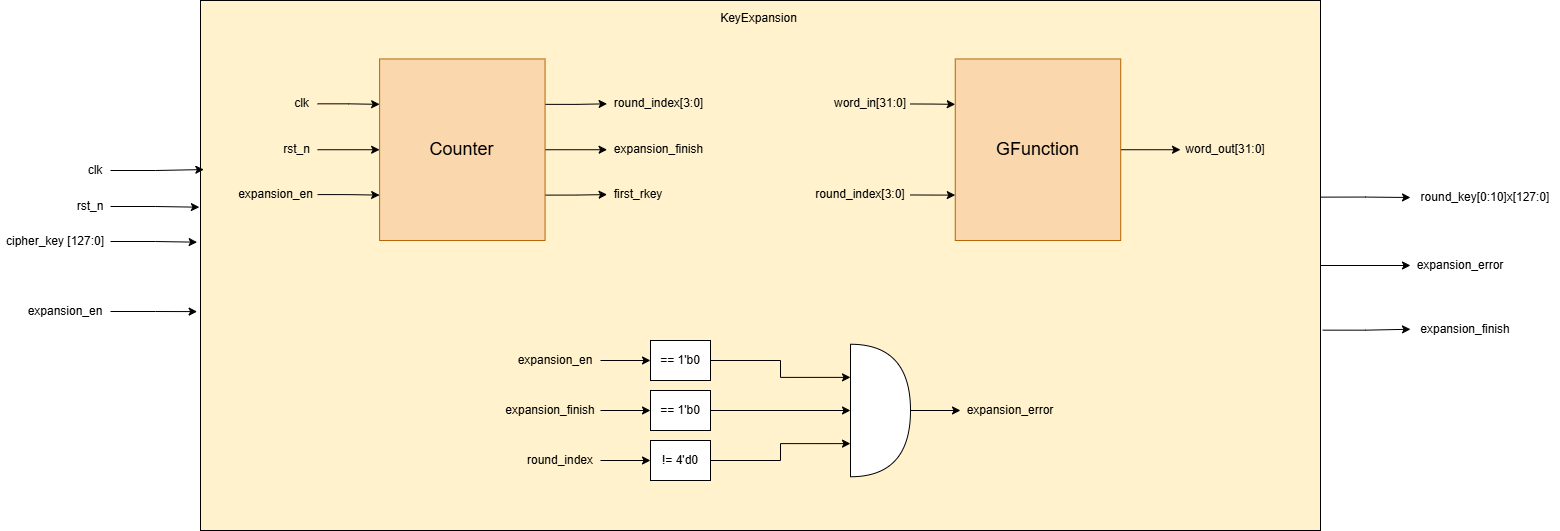
Before: KeyExpansion/media/Module Key Expansion high level.png, a diagram exported from draw.io (LQLManZz/AES128-Verilog). Source tidied: cells renumbered, new cells last; positions are measured from the earlier drawing's top-left corner, leaving out a move shared by most shapes.
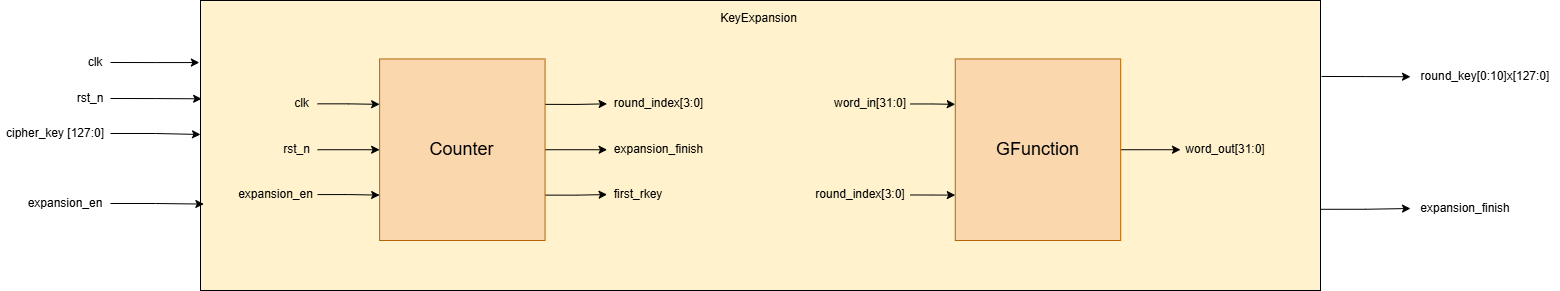
After the commit.

Diff of the diagram source:
```diff
@@ -3,25 +3,25 @@
     <mxCell id="0" />
     <mxCell id="1" parent="0" />
     <mxCell id="2" value="clk" style="text;html=1;whiteSpace=wrap;strokeColor=none;fillColor=none;align=center;verticalAlign=middle;rounded=0;" parent="1" vertex="1">
-      <mxGeometry x="80" y="155" width="30" height="30" as="geometry" />
+      <mxGeometry x="80" y="47" width="30" height="30" as="geometry" />
     </mxCell>
     <mxCell id="3" value="rst_n" style="text;html=1;whiteSpace=wrap;strokeColor=none;fillColor=none;align=center;verticalAlign=middle;rounded=0;" parent="1" vertex="1">
-      <mxGeometry x="70" y="191" width="40" height="30" as="geometry" />
+      <mxGeometry x="70" y="83" width="40" height="30" as="geometry" />
     </mxCell>
     <mxCell id="4" value="expansion_en" style="text;html=1;whiteSpace=wrap;strokeColor=none;fillColor=none;align=center;verticalAlign=middle;rounded=0;" parent="1" vertex="1">
-      <mxGeometry x="20" y="291" width="90" height="40" as="geometry" />
+      <mxGeometry x="20" y="183" width="90" height="40" as="geometry" />
     </mxCell>
     <mxCell id="5" value="cipher_key [127:0]" style="text;html=1;whiteSpace=wrap;strokeColor=none;fillColor=none;align=center;verticalAlign=middle;rounded=0;" parent="1" vertex="1">
-      <mxGeometry y="226" width="110" height="30" as="geometry" />
+      <mxGeometry y="118" width="110" height="30" as="geometry" />
     </mxCell>
     <mxCell id="6" value="round_key[0:10]x[127:0]" style="text;html=1;whiteSpace=wrap;strokeColor=none;fillColor=none;align=center;verticalAlign=middle;rounded=0;" parent="1" vertex="1">
-      <mxGeometry x="1410" y="182" width="150" height="30" as="geometry" />
+      <mxGeometry x="1410" y="61.2" width="150" height="30" as="geometry" />
     </mxCell>
     <mxCell id="7" value="expansion_finish" style="text;html=1;whiteSpace=wrap;strokeColor=none;fillColor=none;align=center;verticalAlign=middle;rounded=0;" parent="1" vertex="1">
-      <mxGeometry x="1410" y="313.8" width="110" height="30" as="geometry" />
+      <mxGeometry x="1410" y="193" width="110" height="30" as="geometry" />
     </mxCell>
     <mxCell id="8" style="rounded=0;whiteSpace=wrap;html=1;fillColor=#fff2cc;strokeColor=#000000;" parent="1" vertex="1">
-      <mxGeometry x="200" width="1120" height="530" as="geometry" />
+      <mxGeometry x="200" width="1120" height="290" as="geometry" />
     </mxCell>
     <mxCell id="9" value="KeyExpansion" style="text;html=1;whiteSpace=wrap;strokeColor=none;fillColor=none;align=center;verticalAlign=middle;rounded=0;" parent="1" vertex="1">
       <mxGeometry x="706.9" width="103.1" height="35.1" as="geometry" />
@@ -92,73 +92,22 @@
     <mxCell id="31" value="word_out[31:0]" style="text;html=1;whiteSpace=wrap;strokeColor=none;fillColor=none;align=center;verticalAlign=middle;rounded=0;" parent="24" vertex="1">
       <mxGeometry x="370" y="75.8" width="90" height="30" as="geometry" />
     </mxCell>
-    <mxCell id="32" style="edgeStyle=orthogonalEdgeStyle;rounded=0;jettySize=auto;html=1;exitX=1;exitY=0.5;exitDx=0;exitDy=0;entryX=0;entryY=0.5;entryDx=0;entryDy=0;" parent="1" edge="1" source="8" target="33">
-      <mxGeometry relative="1" as="geometry" />
-    </mxCell>
-    <mxCell id="33" value="expansion_error" style="text;html=1;whiteSpace=wrap;strokeColor=none;fillColor=none;align=center;verticalAlign=middle;rounded=0;" parent="1" vertex="1">
-      <mxGeometry x="1410" y="250" width="100" height="30" as="geometry" />
-    </mxCell>
-    <mxCell id="34" value="expansion_error" style="text;html=1;whiteSpace=wrap;strokeColor=none;fillColor=none;align=center;verticalAlign=middle;rounded=0;" parent="1" vertex="1">
-      <mxGeometry x="960" y="395" width="100" height="30" as="geometry" />
-    </mxCell>
-    <mxCell id="35" style="edgeStyle=orthogonalEdgeStyle;rounded=0;jettySize=auto;html=1;exitX=1;exitY=0.5;exitDx=0;exitDy=0;exitPerimeter=0;entryX=0;entryY=0.5;entryDx=0;entryDy=0;" parent="1" edge="1" source="36" target="34">
-      <mxGeometry relative="1" as="geometry" />
-    </mxCell>
-    <mxCell id="36" style="shape=or;whiteSpace=wrap;html=1;" parent="1" vertex="1">
-      <mxGeometry x="850" y="343.8" width="60" height="132.5" as="geometry" />
-    </mxCell>
-    <mxCell id="37" style="edgeStyle=orthogonalEdgeStyle;rounded=0;jettySize=auto;html=1;exitX=1;exitY=0.5;exitDx=0;exitDy=0;entryX=0;entryY=0.5;entryDx=0;entryDy=0;" parent="1" edge="1" source="38" target="43">
-      <mxGeometry relative="1" as="geometry" />
-    </mxCell>
-    <mxCell id="38" value="expansion_en" style="text;html=1;whiteSpace=wrap;strokeColor=none;fillColor=none;align=center;verticalAlign=middle;rounded=0;" parent="1" vertex="1">
-      <mxGeometry x="510" y="345" width="90" height="30" as="geometry" />
-    </mxCell>
-    <mxCell id="39" style="edgeStyle=orthogonalEdgeStyle;rounded=0;jettySize=auto;html=1;exitX=1;exitY=0.5;exitDx=0;exitDy=0;entryX=0;entryY=0.5;entryDx=0;entryDy=0;" parent="1" edge="1" source="40" target="44">
-      <mxGeometry relative="1" as="geometry" />
-    </mxCell>
-    <mxCell id="40" value="expansion_finish" style="text;html=1;whiteSpace=wrap;strokeColor=none;fillColor=none;align=center;verticalAlign=middle;rounded=0;" parent="1" vertex="1">
-      <mxGeometry x="500" y="395" width="100" height="30" as="geometry" />
-    </mxCell>
-    <mxCell id="41" style="edgeStyle=orthogonalEdgeStyle;rounded=0;jettySize=auto;html=1;exitX=1;exitY=0.5;exitDx=0;exitDy=0;entryX=0;entryY=0.5;entryDx=0;entryDy=0;" parent="1" edge="1" source="42" target="45">
-      <mxGeometry relative="1" as="geometry" />
-    </mxCell>
-    <mxCell id="42" value="round_index" style="text;html=1;whiteSpace=wrap;strokeColor=none;fillColor=none;align=center;verticalAlign=middle;rounded=0;" parent="1" vertex="1">
-      <mxGeometry x="520" y="445" width="80" height="30" as="geometry" />
-    </mxCell>
-    <mxCell id="43" value="== 1'b0" style="whiteSpace=wrap;html=1;" parent="1" vertex="1">
-      <mxGeometry x="650" y="340" width="60" height="40" as="geometry" />
-    </mxCell>
-    <mxCell id="44" value="== 1'b0" style="whiteSpace=wrap;html=1;" parent="1" vertex="1">
-      <mxGeometry x="650" y="390" width="60" height="40" as="geometry" />
-    </mxCell>
-    <mxCell id="45" value="!= 4'd0" style="whiteSpace=wrap;html=1;" parent="1" vertex="1">
-      <mxGeometry x="650" y="440" width="60" height="40" as="geometry" />
-    </mxCell>
-    <mxCell id="46" style="edgeStyle=orthogonalEdgeStyle;rounded=0;jettySize=auto;html=1;exitX=1;exitY=0.5;exitDx=0;exitDy=0;entryX=0;entryY=0.25;entryDx=0;entryDy=0;entryPerimeter=0;" parent="1" edge="1" source="43" target="36">
-      <mxGeometry relative="1" as="geometry" />
-    </mxCell>
-    <mxCell id="47" style="edgeStyle=orthogonalEdgeStyle;rounded=0;jettySize=auto;html=1;exitX=1;exitY=0.5;exitDx=0;exitDy=0;entryX=0;entryY=0.5;entryDx=0;entryDy=0;entryPerimeter=0;" parent="1" edge="1" source="44" target="36">
-      <mxGeometry relative="1" as="geometry" />
-    </mxCell>
-    <mxCell id="48" style="edgeStyle=orthogonalEdgeStyle;rounded=0;jettySize=auto;html=1;exitX=1;exitY=0.5;exitDx=0;exitDy=0;entryX=0;entryY=0.75;entryDx=0;entryDy=0;entryPerimeter=0;" parent="1" edge="1" source="45" target="36">
-      <mxGeometry relative="1" as="geometry" />
-    </mxCell>
-    <mxCell id="49" style="edgeStyle=orthogonalEdgeStyle;rounded=0;jettySize=auto;html=1;exitX=1;exitY=0.5;exitDx=0;exitDy=0;entryX=0.003;entryY=0.319;entryDx=0;entryDy=0;entryPerimeter=0;" parent="1" edge="1" source="2" target="8">
+    <mxCell id="49" style="edgeStyle=orthogonalEdgeStyle;rounded=0;jettySize=auto;html=1;exitX=1;exitY=0.5;exitDx=0;exitDy=0;entryX=-0.001;entryY=0.214;entryDx=0;entryDy=0;entryPerimeter=0;" parent="1" edge="1" source="2" target="8">
       <mxGeometry relative="1" as="geometry" />
     </mxCell>
-    <mxCell id="50" style="edgeStyle=orthogonalEdgeStyle;rounded=0;jettySize=auto;html=1;exitX=1;exitY=0.5;exitDx=0;exitDy=0;entryX=-0.001;entryY=0.39;entryDx=0;entryDy=0;entryPerimeter=0;" parent="1" edge="1" source="3" target="8">
+    <mxCell id="50" style="edgeStyle=orthogonalEdgeStyle;rounded=0;jettySize=auto;html=1;exitX=1;exitY=0.5;exitDx=0;exitDy=0;entryX=0.001;entryY=0.339;entryDx=0;entryDy=0;entryPerimeter=0;" parent="1" edge="1" source="3" target="8">
       <mxGeometry relative="1" as="geometry" />
     </mxCell>
-    <mxCell id="51" style="edgeStyle=orthogonalEdgeStyle;rounded=0;jettySize=auto;html=1;exitX=1;exitY=0.5;exitDx=0;exitDy=0;entryX=-0.003;entryY=0.456;entryDx=0;entryDy=0;entryPerimeter=0;" parent="1" edge="1" source="5" target="8">
+    <mxCell id="51" style="edgeStyle=orthogonalEdgeStyle;rounded=0;jettySize=auto;html=1;exitX=1;exitY=0.5;exitDx=0;exitDy=0;entryX=0;entryY=0.462;entryDx=0;entryDy=0;entryPerimeter=0;" parent="1" edge="1" source="5" target="8">
       <mxGeometry relative="1" as="geometry" />
     </mxCell>
-    <mxCell id="52" style="edgeStyle=orthogonalEdgeStyle;rounded=0;jettySize=auto;html=1;exitX=1;exitY=0.5;exitDx=0;exitDy=0;entryX=-0.003;entryY=0.587;entryDx=0;entryDy=0;entryPerimeter=0;" parent="1" edge="1" source="4" target="8">
+    <mxCell id="52" style="edgeStyle=orthogonalEdgeStyle;rounded=0;jettySize=auto;html=1;exitX=1;exitY=0.5;exitDx=0;exitDy=0;entryX=0.003;entryY=0.702;entryDx=0;entryDy=0;entryPerimeter=0;" parent="1" edge="1" source="4" target="8">
       <mxGeometry relative="1" as="geometry" />
     </mxCell>
-    <mxCell id="53" style="edgeStyle=orthogonalEdgeStyle;rounded=0;jettySize=auto;html=1;exitX=1;exitY=0.371;exitDx=0;exitDy=0;entryX=0;entryY=0.5;entryDx=0;entryDy=0;exitPerimeter=0;" parent="1" edge="1" source="8" target="6">
+    <mxCell id="53" style="edgeStyle=orthogonalEdgeStyle;rounded=0;jettySize=auto;html=1;exitX=1.001;exitY=0.262;exitDx=0;exitDy=0;entryX=0;entryY=0.5;entryDx=0;entryDy=0;exitPerimeter=0;" parent="1" edge="1" source="8" target="6">
       <mxGeometry relative="1" as="geometry" />
     </mxCell>
-    <mxCell id="54" style="edgeStyle=orthogonalEdgeStyle;rounded=0;jettySize=auto;html=1;exitX=1.002;exitY=0.622;exitDx=0;exitDy=0;entryX=0;entryY=0.5;entryDx=0;entryDy=0;exitPerimeter=0;" parent="1" edge="1" source="8" target="7">
+    <mxCell id="54" style="edgeStyle=orthogonalEdgeStyle;rounded=0;jettySize=auto;html=1;exitX=1;exitY=0.72;exitDx=0;exitDy=0;entryX=0;entryY=0.5;entryDx=0;entryDy=0;exitPerimeter=0;" parent="1" edge="1" source="8" target="7">
       <mxGeometry relative="1" as="geometry" />
     </mxCell>
   </root>
```
